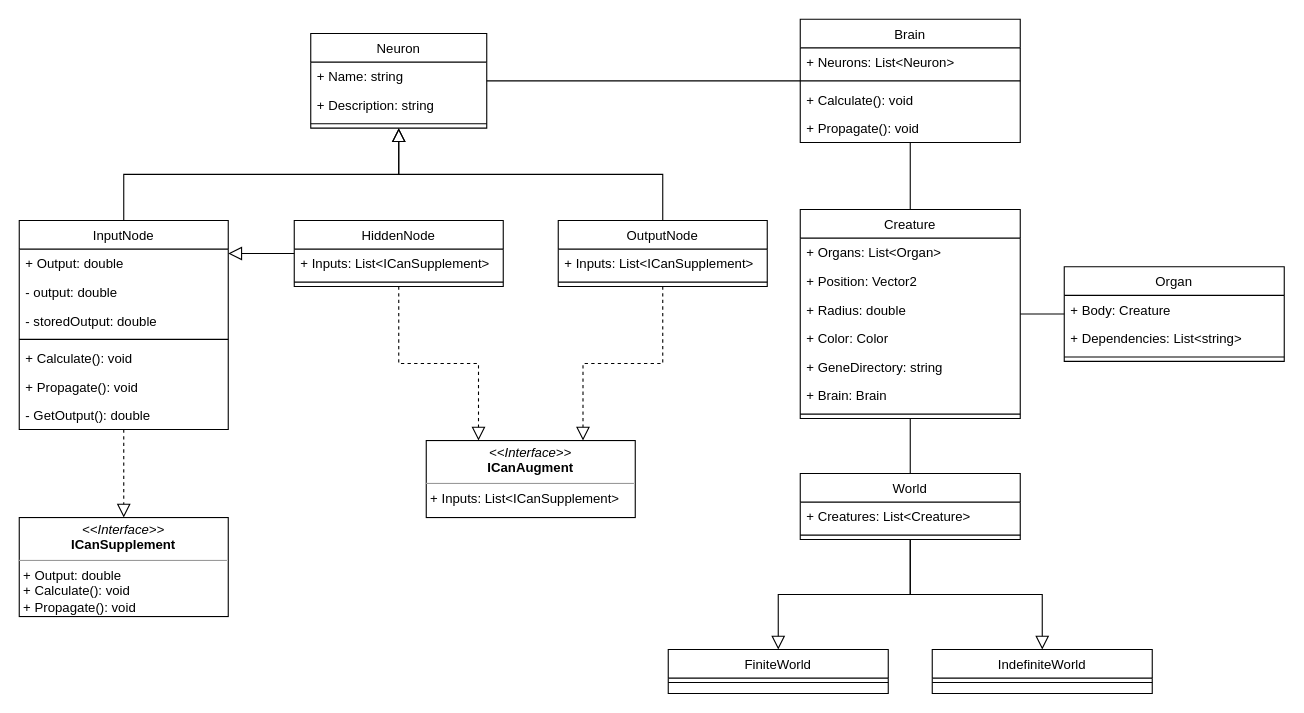
Before: ClassDiagram.drawio in Exouxas/FosterScript.Core, a draw.io diagram. Source tidied: cells renumbered, new cells numbered last; positions are measured from the earlier drawing's top-left corner, leaving out a move shared by most shapes. Both pictures are drawn from the tidied source at 110%, with x=0, y=0 at pixel (19, 19).
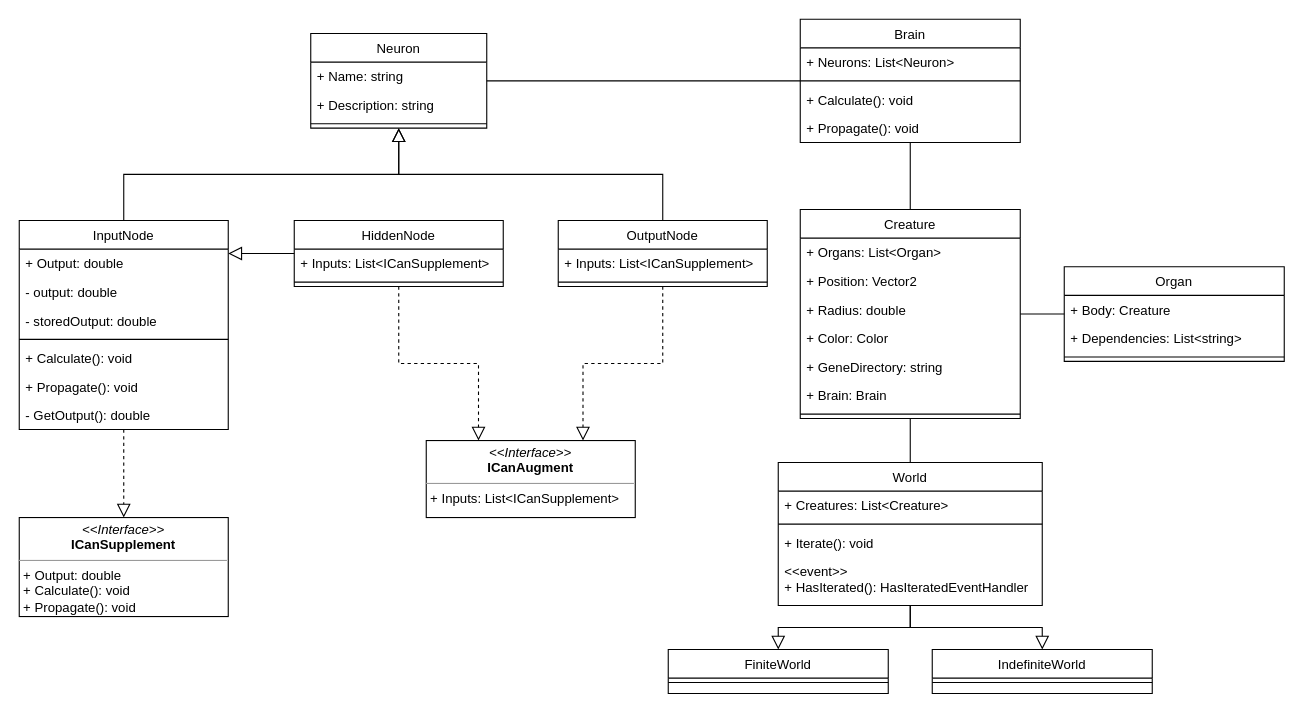
After the change.

Commit message:
Add method and event to World

Change to the diagram source:
```diff
@@
     <mxCell id="48" value="World" style="swimlane;fontStyle=0;align=center;verticalAlign=top;horizontal=1;startSize=26;rounded=0;shadow=0;strokeWidth=1;" parent="1" vertex="1">
-      <mxGeometry x="710" y="413" width="200" height="60" as="geometry" />
+      <mxGeometry x="690" y="403" width="240" height="130" as="geometry" />
     </mxCell>
     <mxCell id="49" value="+ Creatures: List&lt;Creature&gt;" style="text;align=left;verticalAlign=top;spacingLeft=4;spacingRight=4;overflow=hidden;" parent="48" vertex="1">
-      <mxGeometry y="26" width="200" height="26" as="geometry" />
+      <mxGeometry y="26" width="240" height="26" as="geometry" />
     </mxCell>
     <mxCell id="50" style="line;html=1;strokeWidth=1;align=left;verticalAlign=middle;spacingTop=-1;spacingLeft=3;spacingRight=3;labelPosition=right;" parent="48" vertex="1">
-      <mxGeometry y="52" width="200" height="8" as="geometry" />
+      <mxGeometry y="52" width="240" height="8" as="geometry" />
     </mxCell>
+    <mxCell id="58" value="+ Iterate(): void" style="text;align=left;verticalAlign=top;spacingLeft=4;spacingRight=4;overflow=hidden;" parent="48" vertex="1">
+      <mxGeometry y="60" width="240" height="26" as="geometry" />
+    </mxCell>
+    <mxCell id="59" value="&lt;&lt;event&gt;&gt;&#10;+ HasIterated(): HasIteratedEventHandler" style="text;align=left;verticalAlign=top;spacingLeft=4;spacingRight=4;overflow=hidden;fontStyle=0;" parent="48" vertex="1">
+      <mxGeometry y="86" width="240" height="44" as="geometry" />
+    </mxCell>
```
